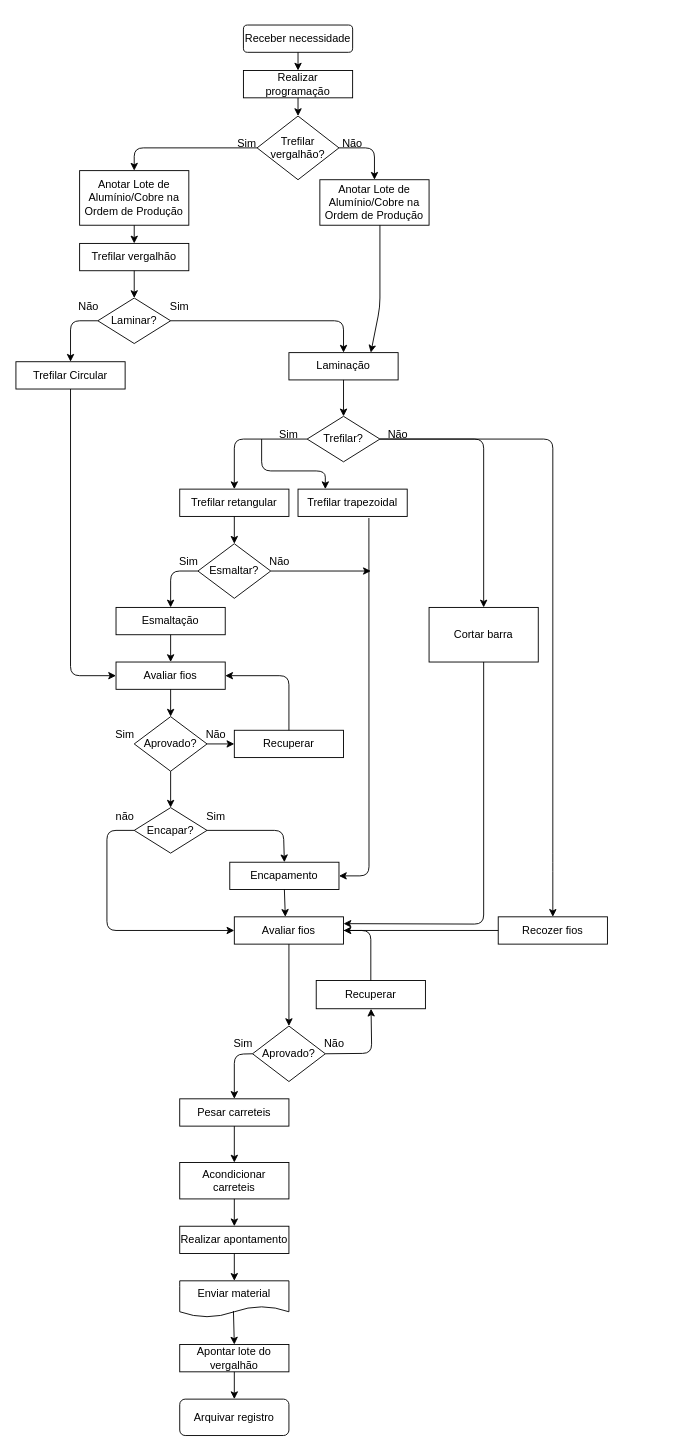
Earlier version of the draw.io diagram Untitled Diagram.drawio (zeca-esp/disney.github.io). Source tidied: cells renumbered, new cells numbered last; positions are measured from the earlier drawing's top-left corner, leaving out a move shared by most shapes. Both pictures are drawn from the tidied source at 91%, with x=0, y=0 at pixel (15, 25).
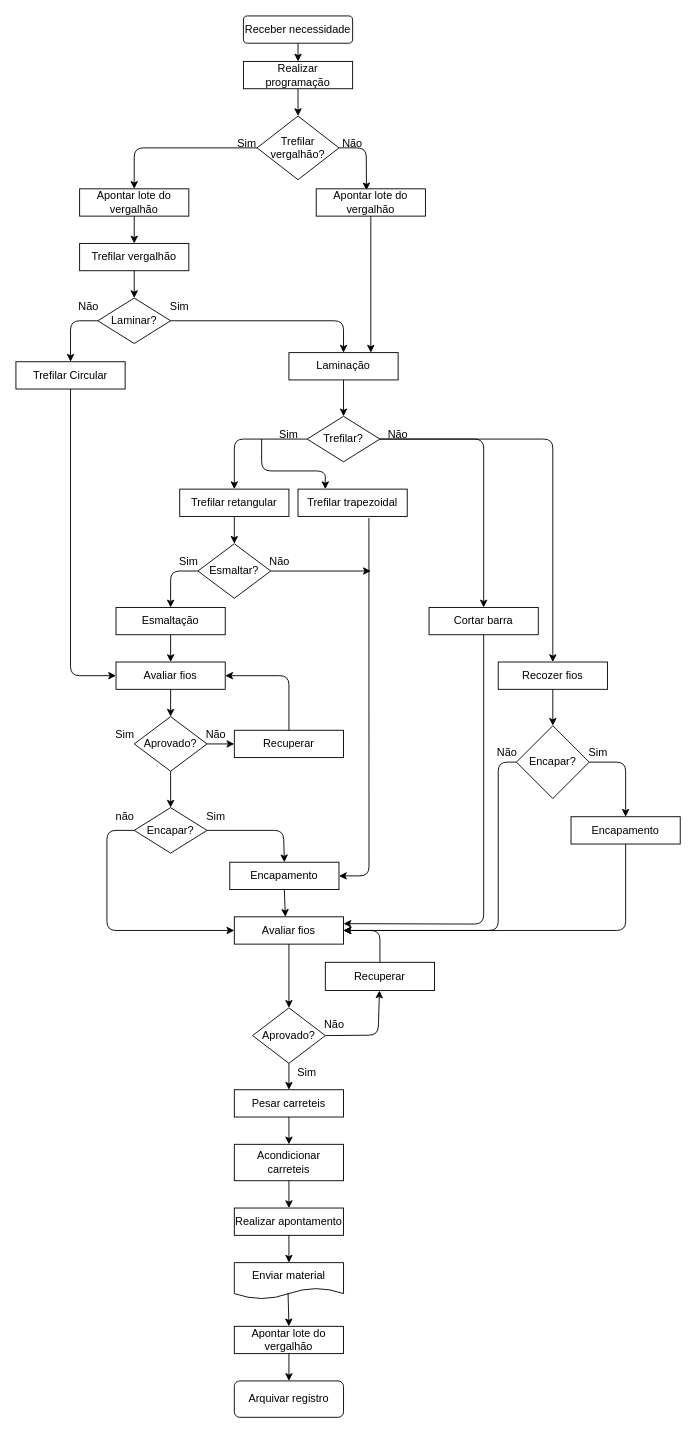
After the change.

Unchanged cells that the change refers to:
```xml
<mxCell id="4" value="Trefilar vergalhão?" style="rhombus;whiteSpace=wrap;html=1;" parent="1" vertex="1">
  <mxGeometry x="265" y="100" width="90" height="70" as="geometry" />
</mxCell>
<mxCell id="5" value="Trefilar vergalhão" style="rounded=0;whiteSpace=wrap;html=1;" parent="1" vertex="1">
  <mxGeometry x="70" y="240" width="120" height="30" as="geometry" />
</mxCell>
<mxCell id="18" value="Laminação" style="rounded=0;whiteSpace=wrap;html=1;" parent="1" vertex="1">
  <mxGeometry x="300" y="360" width="120" height="30" as="geometry" />
</mxCell>
<mxCell id="33" value="Não" style="text;html=1;strokeColor=none;fillColor=none;align=center;verticalAlign=middle;whiteSpace=wrap;rounded=0;" parent="1" vertex="1">
  <mxGeometry x="400" y="440" width="40" height="20" as="geometry" />
</mxCell>
<mxCell id="55" value="Avaliar fios" style="rounded=0;whiteSpace=wrap;html=1;" parent="1" vertex="1">
  <mxGeometry x="240" y="980" width="120" height="30" as="geometry" />
</mxCell>
```

The edit, as a diff of the source:
```diff
@@
     <mxCell id="2" value="Receber necessidade" style="rounded=1;whiteSpace=wrap;html=1;" parent="1" vertex="1">
-      <mxGeometry x="250" width="120" height="30" as="geometry" />
+      <mxGeometry x="250" y="-10" width="120" height="30" as="geometry" />
     </mxCell>
     <mxCell id="3" value="Realizar programação" style="rounded=0;whiteSpace=wrap;html=1;" parent="1" vertex="1">
-      <mxGeometry x="250" y="50" width="120" height="30" as="geometry" />
+      <mxGeometry x="250" y="40" width="120" height="30" as="geometry" />
     </mxCell>
@@
     <mxCell id="9" style="endArrow=classic;html=1;exitX=0.5;exitY=1;exitDx=0;exitDy=0;" parent="1" edge="1" source="2">
       <mxGeometry relative="1" as="geometry">
-        <mxPoint x="310" y="50" as="targetPoint" />
+        <mxPoint x="310" y="40" as="targetPoint" />
       </mxGeometry>
     </mxCell>
@@
-    <mxCell id="12" value="Anotar Lote de Alumínio/Cobre na Ordem de Produção" style="rounded=0;whiteSpace=wrap;html=1;" parent="1" vertex="1">
-      <mxGeometry x="70" y="160" width="120" height="60" as="geometry" />
-    </mxCell>
-    <mxCell id="13" style="endArrow=classic;html=1;exitX=0.5;exitY=1;exitDx=0;exitDy=0;entryX=0.5;entryY=0;entryDx=0;entryDy=0;" parent="1" edge="1" source="12" target="5">
+    <mxCell id="13" style="endArrow=classic;html=1;exitX=0.5;exitY=1;exitDx=0;exitDy=0;entryX=0.5;entryY=0;entryDx=0;entryDy=0;" parent="1" edge="1" source="93" target="5">
       <mxGeometry relative="1" as="geometry" />
     </mxCell>
@@
-    <mxCell id="21" value="Anotar Lote de Alumínio/Cobre na Ordem de Produção" style="rounded=0;whiteSpace=wrap;html=1;" parent="1" vertex="1">
-      <mxGeometry x="334" y="170" width="120" height="50" as="geometry" />
-    </mxCell>
-    <mxCell id="22" style="endArrow=classic;html=1;exitX=1;exitY=0.5;exitDx=0;exitDy=0;entryX=0.5;entryY=0;entryDx=0;entryDy=0;" parent="1" edge="1" source="4" target="21">
+    <mxCell id="22" style="endArrow=classic;html=1;exitX=1;exitY=0.5;exitDx=0;exitDy=0;entryX=0.46;entryY=0.055;entryDx=0;entryDy=0;entryPerimeter=0;" parent="1" edge="1" source="4" target="94">
       <mxGeometry relative="1" as="geometry">
         <Array as="points">
-          <mxPoint x="394" y="135" />
+          <mxPoint x="385" y="135" />
         </Array>
       </mxGeometry>
     </mxCell>
-    <mxCell id="23" style="endArrow=classic;html=1;exitX=0.55;exitY=1;exitDx=0;exitDy=0;exitPerimeter=0;entryX=0.75;entryY=0;entryDx=0;entryDy=0;" parent="1" edge="1" source="21" target="18">
-      <mxGeometry relative="1" as="geometry">
-        <Array as="points">
-          <mxPoint x="400" y="310" />
-        </Array>
-      </mxGeometry>
+    <mxCell id="23" style="endArrow=classic;html=1;exitX=0.5;exitY=1;exitDx=0;exitDy=0;entryX=0.75;entryY=0;entryDx=0;entryDy=0;" parent="1" edge="1" source="94" target="18">
+      <mxGeometry relative="1" as="geometry" />
     </mxCell>
@@
     <mxCell id="26" value="Cortar barra" style="rounded=0;whiteSpace=wrap;html=1;" parent="1" vertex="1">
-      <mxGeometry x="454" y="640" width="120" height="60" as="geometry" />
+      <mxGeometry x="454" y="640" width="120" height="30" as="geometry" />
     </mxCell>
@@
     <mxCell id="54" value="Aprovado?" style="rhombus;whiteSpace=wrap;html=1;" parent="1" vertex="1">
-      <mxGeometry x="260" y="1100" width="80" height="61" as="geometry" />
+      <mxGeometry x="260" y="1080" width="80" height="61" as="geometry" />
     </mxCell>
@@
     <mxCell id="58" value="Recuperar" style="rounded=0;whiteSpace=wrap;html=1;" parent="1" vertex="1">
-      <mxGeometry x="330" y="1050" width="120" height="31" as="geometry" />
+      <mxGeometry x="340" y="1030" width="120" height="31" as="geometry" />
     </mxCell>
     <mxCell id="59" style="endArrow=classic;html=1;exitX=1;exitY=0.5;exitDx=0;exitDy=0;" parent="1" edge="1" source="54" target="58">
       <mxGeometry relative="1" as="geometry">
         <Array as="points">
-          <mxPoint x="391" y="1130" />
+          <mxPoint x="398" y="1110" />
         </Array>
       </mxGeometry>
     </mxCell>
     <mxCell id="60" style="endArrow=classic;html=1;exitX=0.5;exitY=0;exitDx=0;exitDy=0;entryX=1;entryY=0.5;entryDx=0;entryDy=0;" parent="1" edge="1" source="58" target="55">
       <mxGeometry relative="1" as="geometry">
         <Array as="points">
-          <mxPoint x="390" y="995" />
+          <mxPoint x="400" y="995" />
         </Array>
       </mxGeometry>
     </mxCell>
     <mxCell id="61" value="Pesar carreteis" style="rounded=0;whiteSpace=wrap;html=1;" parent="1" vertex="1">
-      <mxGeometry x="180" y="1180" width="120" height="30" as="geometry" />
+      <mxGeometry x="240" y="1170" width="120" height="30" as="geometry" />
     </mxCell>
     <mxCell id="62" value="Não" style="text;html=1;strokeColor=none;fillColor=none;align=center;verticalAlign=middle;whiteSpace=wrap;rounded=0;" parent="1" vertex="1">
-      <mxGeometry x="330" y="1109" width="40" height="20" as="geometry" />
+      <mxGeometry x="330" y="1089" width="40" height="20" as="geometry" />
     </mxCell>
     <mxCell id="63" value="Sim" style="text;html=1;strokeColor=none;fillColor=none;align=center;verticalAlign=middle;whiteSpace=wrap;rounded=0;" parent="1" vertex="1">
-      <mxGeometry x="230" y="1109" width="40" height="20" as="geometry" />
+      <mxGeometry x="300" y="1141" width="40" height="20" as="geometry" />
     </mxCell>
-    <mxCell id="64" style="endArrow=classic;html=1;entryX=0.5;entryY=0;entryDx=0;entryDy=0;exitX=0;exitY=0.5;exitDx=0;exitDy=0;" parent="1" edge="1" source="54" target="61">
-      <mxGeometry relative="1" as="geometry">
-        <Array as="points">
-          <mxPoint x="240" y="1131" />
-        </Array>
-      </mxGeometry>
+    <mxCell id="64" style="endArrow=classic;html=1;entryX=0.5;entryY=0;entryDx=0;entryDy=0;exitX=0.5;exitY=1;exitDx=0;exitDy=0;" parent="1" edge="1" source="54" target="61">
+      <mxGeometry relative="1" as="geometry" />
     </mxCell>
     <mxCell id="65" value="Acondicionar carreteis" style="rounded=0;whiteSpace=wrap;html=1;" parent="1" vertex="1">
-      <mxGeometry x="180" y="1250" width="120" height="40" as="geometry" />
+      <mxGeometry x="240" y="1230" width="120" height="40" as="geometry" />
     </mxCell>
     <mxCell id="66" value="Realizar apontamento" style="rounded=0;whiteSpace=wrap;html=1;" parent="1" vertex="1">
-      <mxGeometry x="180" y="1320" width="120" height="30" as="geometry" />
+      <mxGeometry x="240" y="1300" width="120" height="30" as="geometry" />
     </mxCell>
     <mxCell id="67" style="endArrow=classic;html=1;entryX=0.5;entryY=0;entryDx=0;entryDy=0;exitX=0;exitY=0.75;exitDx=0;exitDy=0;" parent="1" edge="1" source="33" target="68">
       <mxGeometry relative="1" as="geometry">
         <Array as="points">
           <mxPoint x="590" y="455" />
-          <mxPoint x="590" y="920" />
+          <mxPoint x="590" y="690" />
         </Array>
       </mxGeometry>
     </mxCell>
     <mxCell id="68" value="Recozer fios" style="rounded=0;whiteSpace=wrap;html=1;" parent="1" vertex="1">
-      <mxGeometry x="530" y="980" width="120" height="30" as="geometry" />
+      <mxGeometry x="530" y="700" width="120" height="30" as="geometry" />
     </mxCell>
@@
-    <mxCell id="72" style="endArrow=classic;html=1;entryX=0.5;entryY=0;entryDx=0;entryDy=0;exitX=0;exitY=0.5;exitDx=0;exitDy=0;" parent="1" edge="1" source="4" target="12">
+    <mxCell id="72" style="endArrow=classic;html=1;entryX=0.5;entryY=0;entryDx=0;entryDy=0;exitX=0;exitY=0.5;exitDx=0;exitDy=0;" parent="1" edge="1" source="4" target="93">
       <mxGeometry relative="1" as="geometry">
         <Array as="points">
           <mxPoint x="130" y="135" />
         </Array>
       </mxGeometry>
     </mxCell>
-    <mxCell id="73" style="endArrow=none;html=1;exitX=0;exitY=0.5;exitDx=0;exitDy=0;entryX=1;entryY=0.5;entryDx=0;entryDy=0;" parent="1" edge="1" source="68" target="55">
-      <mxGeometry relative="1" as="geometry" />
-    </mxCell>
     <mxCell id="74" value="Enviar material" style="shape=document;whiteSpace=wrap;html=1;boundedLbl=1;" parent="1" vertex="1">
-      <mxGeometry x="180" y="1380" width="120" height="40" as="geometry" />
+      <mxGeometry x="240" y="1360" width="120" height="40" as="geometry" />
     </mxCell>
-    <mxCell id="75" value="Apontar lote do vergalhão" style="rounded=0;whiteSpace=wrap;html=1;" parent="1" vertex="1">
-      <mxGeometry x="180" y="1450" width="120" height="30" as="geometry" />
-    </mxCell>
     <mxCell id="76" value="Arquivar registro" style="rounded=1;whiteSpace=wrap;html=1;" parent="1" vertex="1">
-      <mxGeometry x="180" y="1510" width="120" height="40" as="geometry" />
+      <mxGeometry x="240" y="1490" width="120" height="40" as="geometry" />
     </mxCell>
@@
-    <mxCell id="80" style="endArrow=classic;html=1;entryX=0.5;entryY=0;entryDx=0;entryDy=0;exitX=0.492;exitY=0.83;exitDx=0;exitDy=0;exitPerimeter=0;" parent="1" edge="1" source="74" target="75">
-      <mxGeometry relative="1" as="geometry" />
+    <mxCell id="80" style="endArrow=classic;html=1;entryX=0.5;entryY=0;entryDx=0;entryDy=0;exitX=0.492;exitY=0.83;exitDx=0;exitDy=0;exitPerimeter=0;" parent="1" edge="1" source="74">
+      <mxGeometry relative="1" as="geometry">
+        <mxPoint x="300" y="1430" as="targetPoint" />
+      </mxGeometry>
     </mxCell>
-    <mxCell id="81" style="endArrow=classic;html=1;exitX=0.5;exitY=1;exitDx=0;exitDy=0;" parent="1" edge="1" source="75">
+    <mxCell id="81" style="endArrow=classic;html=1;exitX=0.5;exitY=1;exitDx=0;exitDy=0;" parent="1" edge="1">
       <mxGeometry relative="1" as="geometry">
-        <mxPoint x="240" y="1510" as="targetPoint" />
+        <mxPoint x="300" y="1460" as="sourcePoint" />
+        <mxPoint x="300" y="1490" as="targetPoint" />
       </mxGeometry>
     </mxCell>
@@
+    <mxCell id="84" value="Encapar?" style="rhombus;whiteSpace=wrap;html=1;" parent="1" vertex="1">
+      <mxGeometry x="550" y="770" width="80" height="80" as="geometry" />
+    </mxCell>
+    <mxCell id="85" style="endArrow=classic;html=1;exitX=0.5;exitY=1;exitDx=0;exitDy=0;entryX=0.5;entryY=0;entryDx=0;entryDy=0;" parent="1" edge="1" source="68" target="84">
+      <mxGeometry relative="1" as="geometry" />
+    </mxCell>
+    <mxCell id="86" style="endArrow=classic;html=1;exitX=1;exitY=0.5;exitDx=0;exitDy=0;entryX=0.5;entryY=0;entryDx=0;entryDy=0;" parent="1" edge="1" source="84" target="89">
+      <mxGeometry relative="1" as="geometry">
+        <Array as="points">
+          <mxPoint x="670" y="810" />
+        </Array>
+      </mxGeometry>
+    </mxCell>
+    <mxCell id="87" value="Sim" style="text;html=1;strokeColor=none;fillColor=none;align=center;verticalAlign=middle;whiteSpace=wrap;rounded=0;" parent="1" vertex="1">
+      <mxGeometry x="620" y="790" width="40" height="20" as="geometry" />
+    </mxCell>
+    <mxCell id="88" value="Não" style="text;html=1;strokeColor=none;fillColor=none;align=center;verticalAlign=middle;whiteSpace=wrap;rounded=0;" parent="1" vertex="1">
+      <mxGeometry x="520" y="790" width="40" height="20" as="geometry" />
+    </mxCell>
+    <mxCell id="89" value="Encapamento" style="rounded=0;whiteSpace=wrap;html=1;" parent="1" vertex="1">
+      <mxGeometry x="610" y="870" width="120" height="30" as="geometry" />
+    </mxCell>
+    <mxCell id="90" style="endArrow=classic;html=1;exitX=0.75;exitY=1;exitDx=0;exitDy=0;entryX=1;entryY=0.5;entryDx=0;entryDy=0;" parent="1" edge="1" source="88" target="55">
+      <mxGeometry relative="1" as="geometry">
+        <Array as="points">
+          <mxPoint x="530" y="810" />
+          <mxPoint x="530" y="995" />
+        </Array>
+      </mxGeometry>
+    </mxCell>
+    <mxCell id="91" style="endArrow=classic;html=1;exitX=0.5;exitY=1;exitDx=0;exitDy=0;entryX=1;entryY=0.5;entryDx=0;entryDy=0;" parent="1" edge="1" source="89" target="55">
+      <mxGeometry relative="1" as="geometry">
+        <Array as="points">
+          <mxPoint x="670" y="995" />
+        </Array>
+      </mxGeometry>
+    </mxCell>
+    <mxCell id="92" value="Apontar lote do vergalhão" style="rounded=0;whiteSpace=wrap;html=1;" parent="1" vertex="1">
+      <mxGeometry x="240" y="1430" width="120" height="30" as="geometry" />
+    </mxCell>
+    <mxCell id="93" value="Apontar lote do vergalhão" style="rounded=0;whiteSpace=wrap;html=1;" parent="1" vertex="1">
+      <mxGeometry x="70" y="180" width="120" height="30" as="geometry" />
+    </mxCell>
+    <mxCell id="94" value="Apontar lote do vergalhão" style="rounded=0;whiteSpace=wrap;html=1;" parent="1" vertex="1">
+      <mxGeometry x="330" y="180" width="120" height="30" as="geometry" />
+    </mxCell>
```
